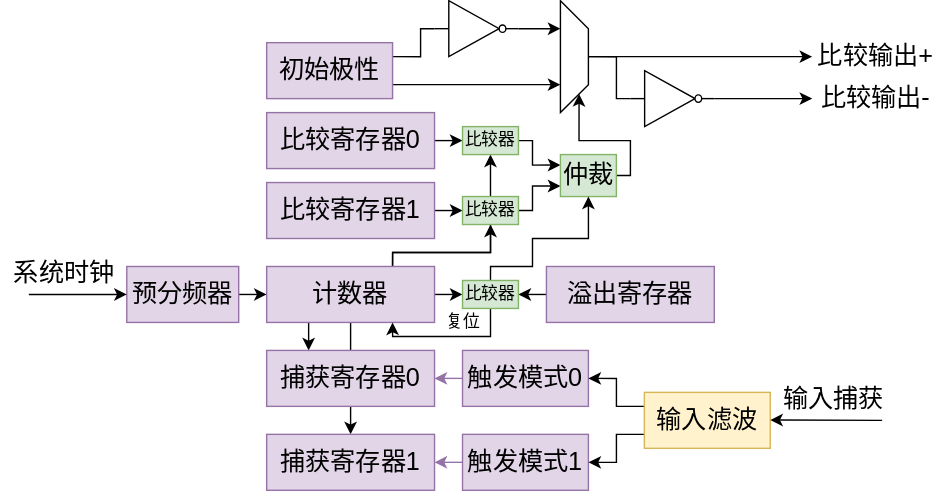
This is doc/图库/数据手册/定时器结构.svg from ZPNMiaoHeng/SparrowRV, a draw.io export, as it was before one commit. Source tidied: cells renumbered, new cells last; positions are measured from the earlier drawing's top-left corner, leaving out a move shared by most shapes.
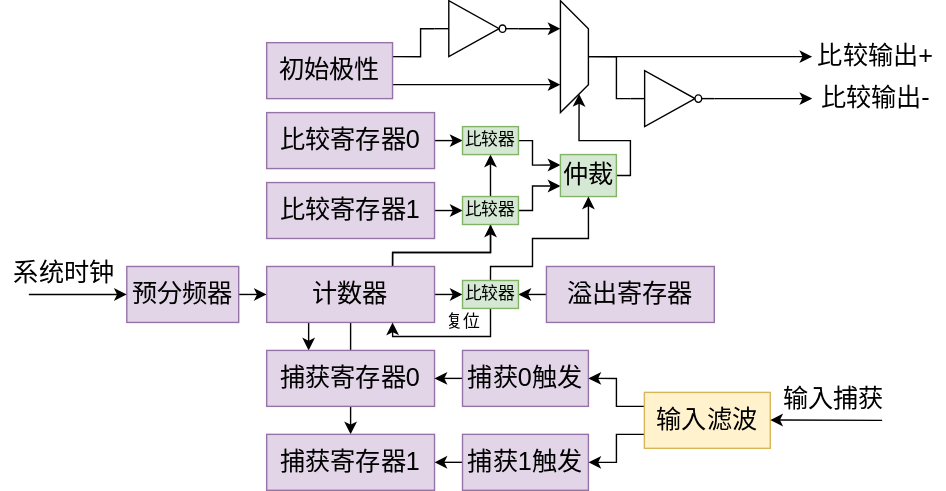
The same file after the commit.

Diff of the diagram source:
```diff
@@ -158,16 +158,16 @@
     <mxCell id="39" value="复位" style="text;html=1;align=center;verticalAlign=middle;strokeColor=none;fillColor=none;" parent="1" vertex="1">
       <mxGeometry x="310" y="220" width="40" height="20" as="geometry" />
     </mxCell>
-    <mxCell id="40" style="edgeStyle=orthogonalEdgeStyle;rounded=0;jettySize=auto;html=1;exitX=0;exitY=0.5;exitDx=0;exitDy=0;entryX=1;entryY=0.5;entryDx=0;entryDy=0;fontSize=18;endArrow=classic;endFill=1;fillColor=#e1d5e7;strokeColor=#9673a6;" parent="1" edge="1" source="41" target="16">
+    <mxCell id="40" style="edgeStyle=orthogonalEdgeStyle;rounded=0;jettySize=auto;html=1;exitX=0;exitY=0.5;exitDx=0;exitDy=0;entryX=1;entryY=0.5;entryDx=0;entryDy=0;fontSize=18;endArrow=classic;endFill=1;fillColor=#e1d5e7;strokeColor=#000000;" parent="1" edge="1" source="41" target="16">
       <mxGeometry relative="1" as="geometry" />
     </mxCell>
-    <mxCell id="41" value="触发模式0" style="rounded=0;whiteSpace=wrap;html=1;fontSize=18;fillColor=#e1d5e7;strokeColor=#9673a6;" parent="1" vertex="1">
+    <mxCell id="41" value="捕获0触发" style="rounded=0;whiteSpace=wrap;html=1;fontSize=18;fillColor=#e1d5e7;strokeColor=#9673a6;" parent="1" vertex="1">
       <mxGeometry x="330" y="250" width="90" height="40" as="geometry" />
     </mxCell>
-    <mxCell id="42" style="edgeStyle=orthogonalEdgeStyle;rounded=0;jettySize=auto;html=1;exitX=0;exitY=0.5;exitDx=0;exitDy=0;entryX=1;entryY=0.5;entryDx=0;entryDy=0;fontSize=18;endArrow=classic;endFill=1;fillColor=#e1d5e7;strokeColor=#9673a6;" parent="1" edge="1" source="43" target="17">
+    <mxCell id="42" style="edgeStyle=orthogonalEdgeStyle;rounded=0;jettySize=auto;html=1;exitX=0;exitY=0.5;exitDx=0;exitDy=0;entryX=1;entryY=0.5;entryDx=0;entryDy=0;fontSize=18;endArrow=classic;endFill=1;fillColor=#e1d5e7;strokeColor=#000000;" parent="1" edge="1" source="43" target="17">
       <mxGeometry relative="1" as="geometry" />
     </mxCell>
-    <mxCell id="43" value="触发模式1" style="rounded=0;whiteSpace=wrap;html=1;fontSize=18;fillColor=#e1d5e7;strokeColor=#9673a6;" parent="1" vertex="1">
+    <mxCell id="43" value="捕获1触发" style="rounded=0;whiteSpace=wrap;html=1;fontSize=18;fillColor=#e1d5e7;strokeColor=#9673a6;" parent="1" vertex="1">
       <mxGeometry x="330" y="310" width="90" height="40" as="geometry" />
     </mxCell>
     <mxCell id="44" style="edgeStyle=orthogonalEdgeStyle;rounded=0;jettySize=auto;html=1;exitX=0;exitY=0.25;exitDx=0;exitDy=0;entryX=1;entryY=0.5;entryDx=0;entryDy=0;fontSize=18;endArrow=classic;endFill=1;" parent="1" edge="1" source="46" target="41">
```
